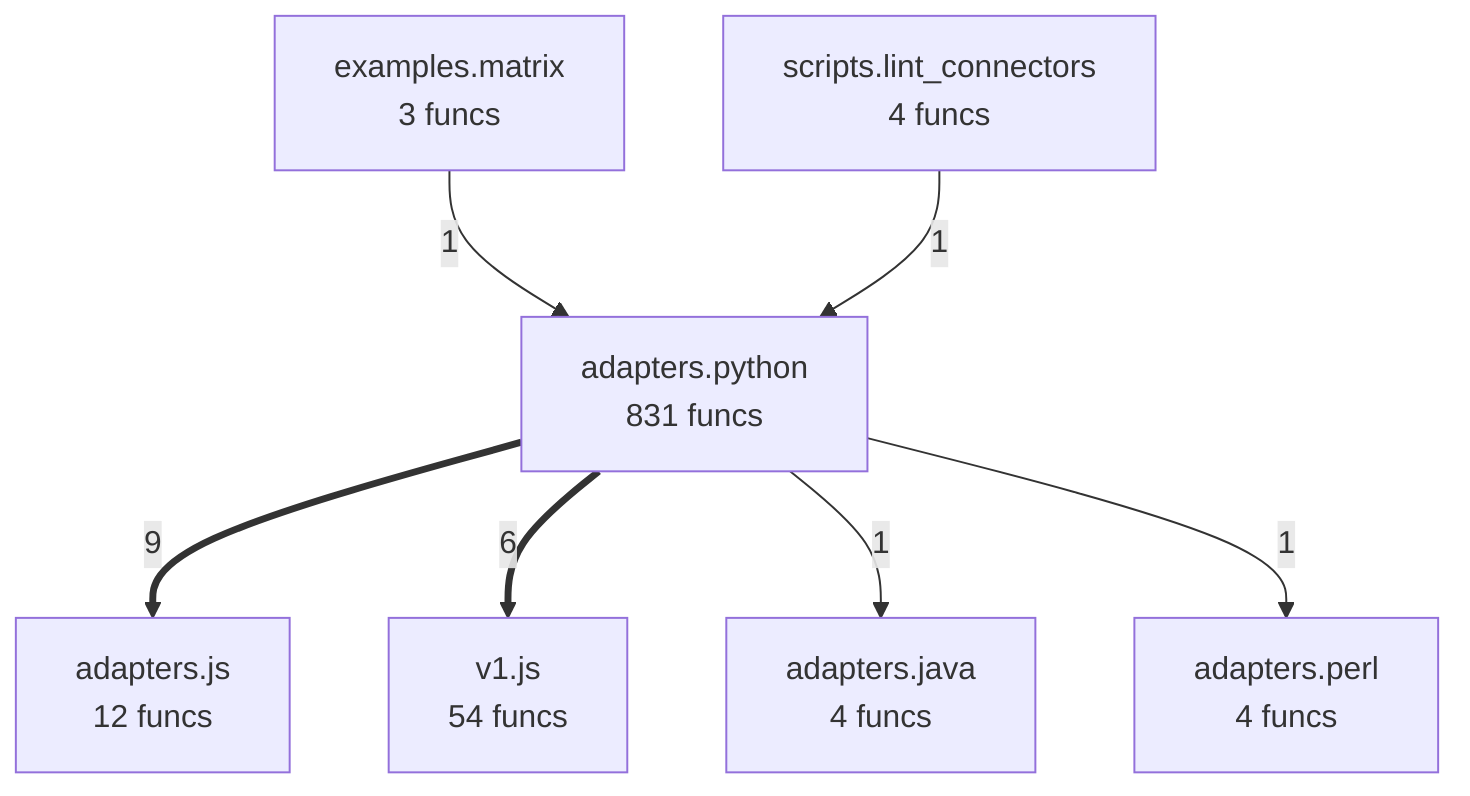
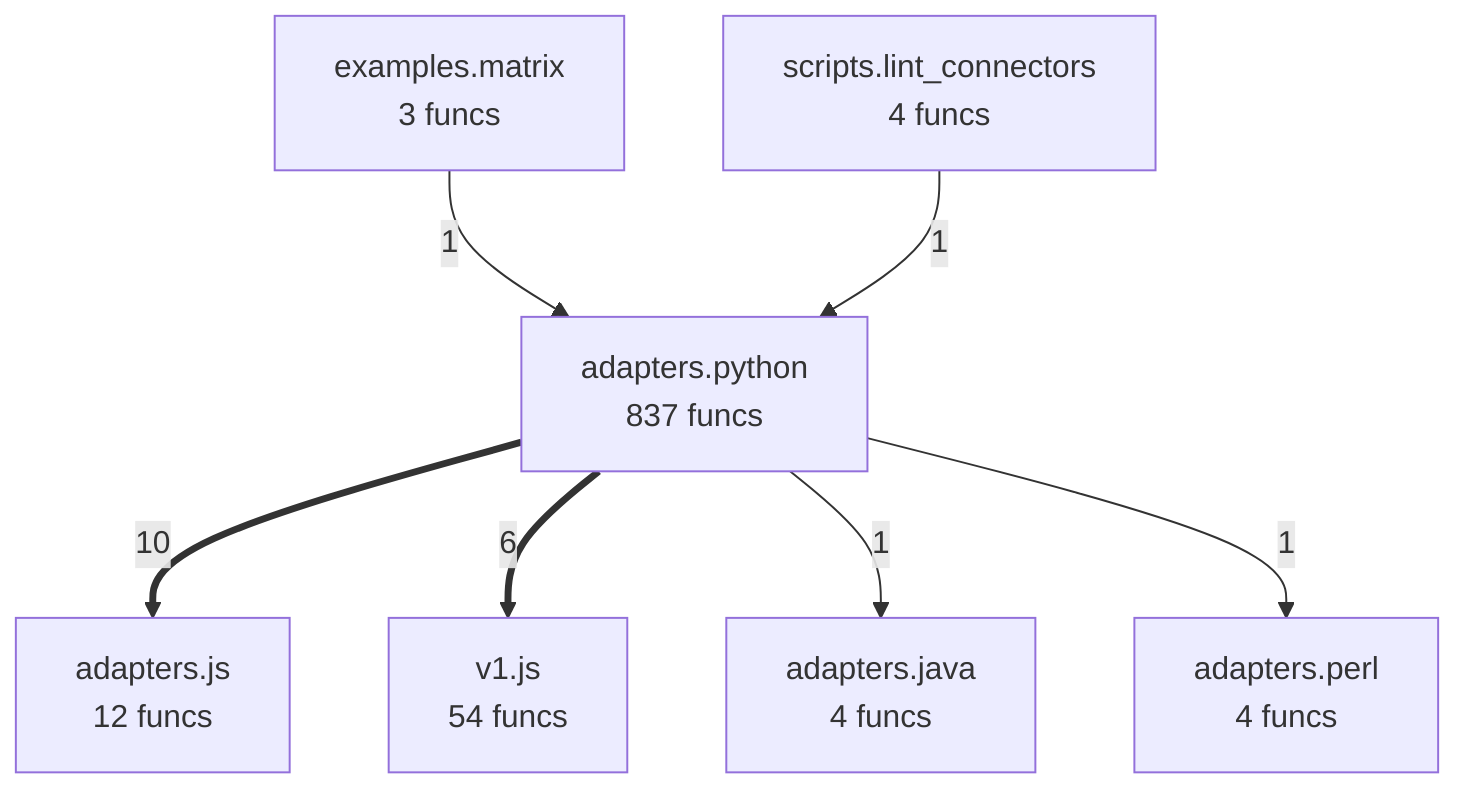
flowchart TD
%% generated in 0.02s
    adapters__java["adapters.java<br/>4 funcs"]
    adapters__js["adapters.js<br/>12 funcs"]
    adapters__perl["adapters.perl<br/>4 funcs"]
-     adapters__python["adapters.python<br/>831 funcs"]
+     adapters__python["adapters.python<br/>837 funcs"]
    examples__matrix["examples.matrix<br/>3 funcs"]
    scripts__lint_connectors["scripts.lint_connectors<br/>4 funcs"]
    v1__js["v1.js<br/>54 funcs"]
-     adapters__python ==>|9| adapters__js
+     adapters__python ==>|10| adapters__js
    adapters__python ==>|6| v1__js
    examples__matrix -->|1| adapters__python
    scripts__lint_connectors -->|1| adapters__python
    adapters__python -->|1| adapters__java
    adapters__python -->|1| adapters__perl
